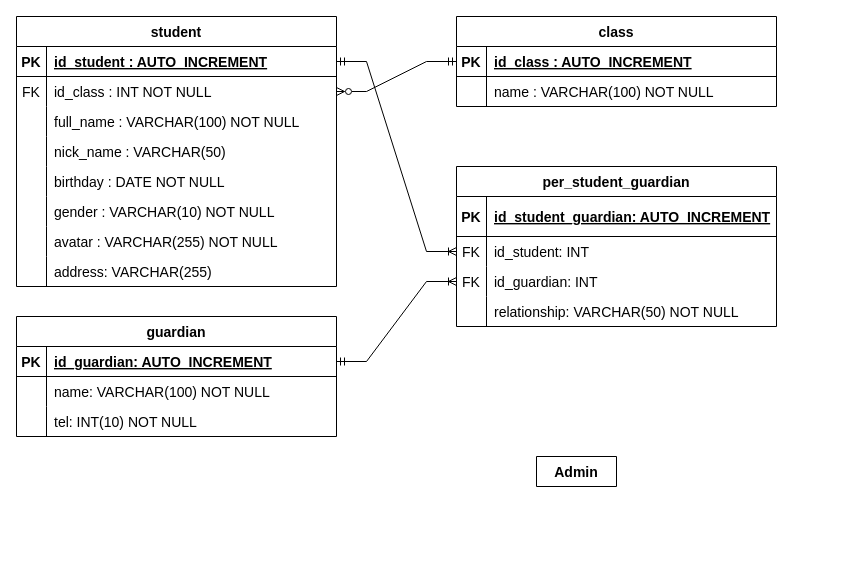
Above: ERDmamnonbanmai.drawio in tan264/Student_Management (draw.io), before the change. Source tidied: cells renumbered, new cells numbered last; positions are measured from the earlier drawing's top-left corner, leaving out a move shared by most shapes. Both pictures are drawn from the tidied source at 100%, with x=0, y=0 at pixel (16, 16).
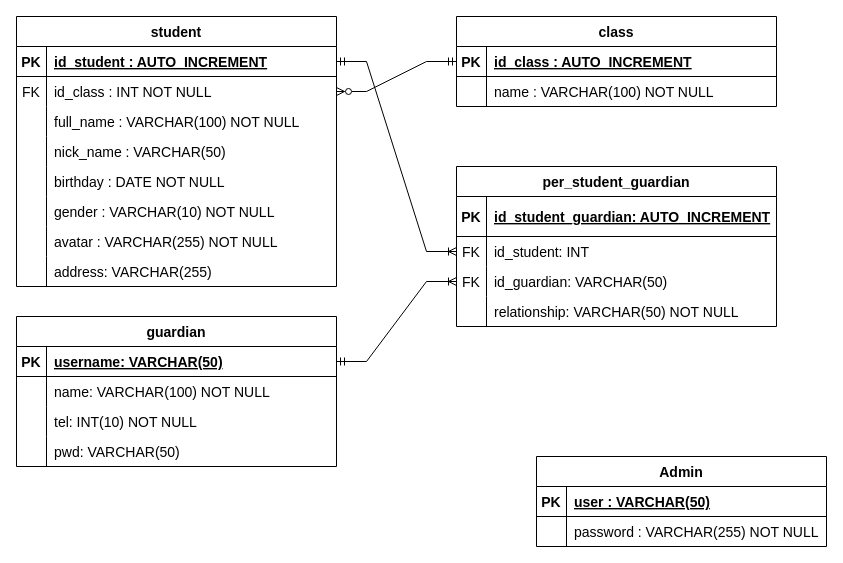
Above is the later version.

Unchanged cells that the change refers to:
```xml
<mxCell id="42" style="shape=tableRow;horizontal=0;startSize=0;swimlaneHead=0;swimlaneBody=0;fillColor=none;points=[[0,0.5],[1,0.5]];portConstraint=eastwest;top=0;left=0;right=0;bottom=0;fontSize=14;" parent="35" vertex="1">
  <mxGeometry y="100" width="320" height="30" as="geometry" />
</mxCell>
<mxCell id="51" style="shape=tableRow;horizontal=0;startSize=0;swimlaneHead=0;swimlaneBody=0;fillColor=none;points=[[0,0.5],[1,0.5]];portConstraint=eastwest;top=0;left=0;right=0;bottom=1;fontSize=14;" parent="50" vertex="1">
  <mxGeometry y="30" width="320" height="30" as="geometry" />
</mxCell>
```

What changed in the source:
```diff
@@
-    <mxCell id="44" value="id_guardian: INT" style="shape=partialRectangle;fillColor=none;top=0;left=0;bottom=0;right=0;align=left;spacingLeft=6;fontStyle=0;overflow=hidden;fontSize=14;" parent="42" vertex="1">
+    <mxCell id="44" value="id_guardian: VARCHAR(50)" style="shape=partialRectangle;fillColor=none;top=0;left=0;bottom=0;right=0;align=left;spacingLeft=6;fontStyle=0;overflow=hidden;fontSize=14;" parent="42" vertex="1">
       <mxGeometry x="30" width="290" height="30" as="geometry" />
     </mxCell>
@@
-    <mxCell id="49" value="Admin" style="shape=table;startSize=30;childLayout=tableLayout;rowLines=0;fontStyle=1;align=center;fontSize=14;" parent="1" vertex="1" collapsed="1">
-      <mxGeometry x="520" y="440" width="80" height="30" as="geometry" />
+    <mxCell id="49" value="Admin" style="shape=table;startSize=30;childLayout=tableLayout;rowLines=0;fontStyle=1;align=center;fontSize=14;" parent="1" vertex="1">
+      <mxGeometry x="520" y="440" width="290" height="90" as="geometry" />
     </mxCell>
+    <mxCell id="61" style="shape=tableRow;horizontal=0;startSize=0;swimlaneHead=0;swimlaneBody=0;fillColor=none;top=0;left=0;right=0;bottom=1;fontSize=14;" parent="49" vertex="1">
+      <mxGeometry y="30" width="290" height="30" as="geometry" />
+    </mxCell>
+    <mxCell id="62" value="PK" style="shape=partialRectangle;fillColor=none;top=0;left=0;bottom=0;right=0;fontStyle=1;overflow=hidden;fontSize=14;" parent="61" vertex="1">
+      <mxGeometry width="30" height="30" as="geometry" />
+    </mxCell>
+    <mxCell id="63" value="user : VARCHAR(50)" style="shape=partialRectangle;fillColor=none;top=0;left=0;bottom=0;right=0;align=left;spacingLeft=6;fontStyle=5;overflow=hidden;fontSize=14;" parent="61" vertex="1">
+      <mxGeometry x="30" width="260" height="30" as="geometry" />
+    </mxCell>
+    <mxCell id="64" style="shape=tableRow;horizontal=0;startSize=0;swimlaneHead=0;swimlaneBody=0;fillColor=none;top=0;left=0;right=0;bottom=0;fontSize=14;" parent="49" vertex="1">
+      <mxGeometry y="60" width="290" height="30" as="geometry" />
+    </mxCell>
+    <mxCell id="65" style="shape=partialRectangle;fillColor=none;top=0;left=0;bottom=0;right=0;overflow=hidden;fontSize=14;" parent="64" vertex="1">
+      <mxGeometry width="30" height="30" as="geometry" />
+    </mxCell>
+    <mxCell id="66" value="password : VARCHAR(255) NOT NULL" style="shape=partialRectangle;fillColor=none;top=0;left=0;bottom=0;right=0;align=left;spacingLeft=6;overflow=hidden;fontSize=14;" parent="64" vertex="1">
+      <mxGeometry x="30" width="260" height="30" as="geometry" />
+    </mxCell>
     <mxCell id="50" value="guardian" style="shape=table;startSize=30;childLayout=tableLayout;rowLines=0;fontStyle=1;align=center;fontSize=14;" parent="1" vertex="1">
-      <mxGeometry y="300" width="320" height="120" as="geometry" />
+      <mxGeometry y="300" width="320" height="150" as="geometry" />
     </mxCell>
@@
-    <mxCell id="53" value="id_guardian: AUTO_INCREMENT" style="shape=partialRectangle;fillColor=none;top=0;left=0;bottom=0;right=0;align=left;spacingLeft=6;fontStyle=5;overflow=hidden;fontSize=14;" parent="51" vertex="1">
+    <mxCell id="53" value="username: VARCHAR(50)" style="shape=partialRectangle;fillColor=none;top=0;left=0;bottom=0;right=0;align=left;spacingLeft=6;fontStyle=5;overflow=hidden;fontSize=14;" parent="51" vertex="1">
       <mxGeometry x="30" width="290" height="30" as="geometry" />
     </mxCell>
@@
+    <mxCell id="67" style="shape=tableRow;horizontal=0;startSize=0;swimlaneHead=0;swimlaneBody=0;fillColor=none;top=0;left=0;right=0;bottom=0;" parent="50" vertex="1">
+      <mxGeometry y="120" width="320" height="30" as="geometry" />
+    </mxCell>
+    <mxCell id="68" style="shape=partialRectangle;fillColor=none;top=0;left=0;bottom=0;right=0;overflow=hidden;" parent="67" vertex="1">
+      <mxGeometry width="30" height="30" as="geometry" />
+    </mxCell>
+    <mxCell id="69" value="pwd: VARCHAR(50)" style="shape=partialRectangle;fillColor=none;top=0;left=0;bottom=0;right=0;align=left;spacingLeft=6;overflow=hidden;fontSize=14;" parent="67" vertex="1">
+      <mxGeometry x="30" width="290" height="30" as="geometry" />
+    </mxCell>
```
